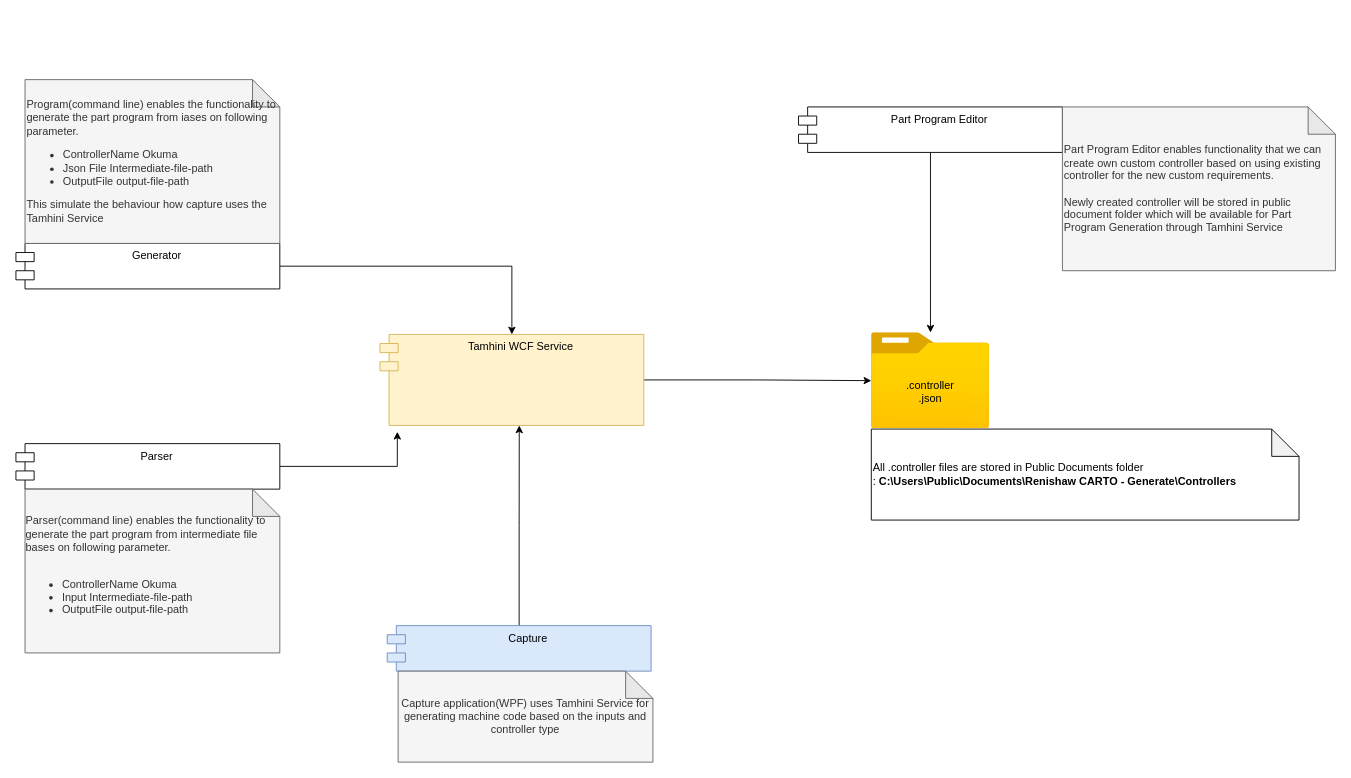
Before: Tamhmini High level Diagram.drawio in AmolSJawalkar/DrawIO, a draw.io diagram. Source tidied: cells renumbered, new cells numbered last; positions are measured from the earlier drawing's top-left corner, leaving out a move shared by most shapes. Both pictures are drawn from the tidied source at 91%, with x=0, y=0 at pixel (15, 79).
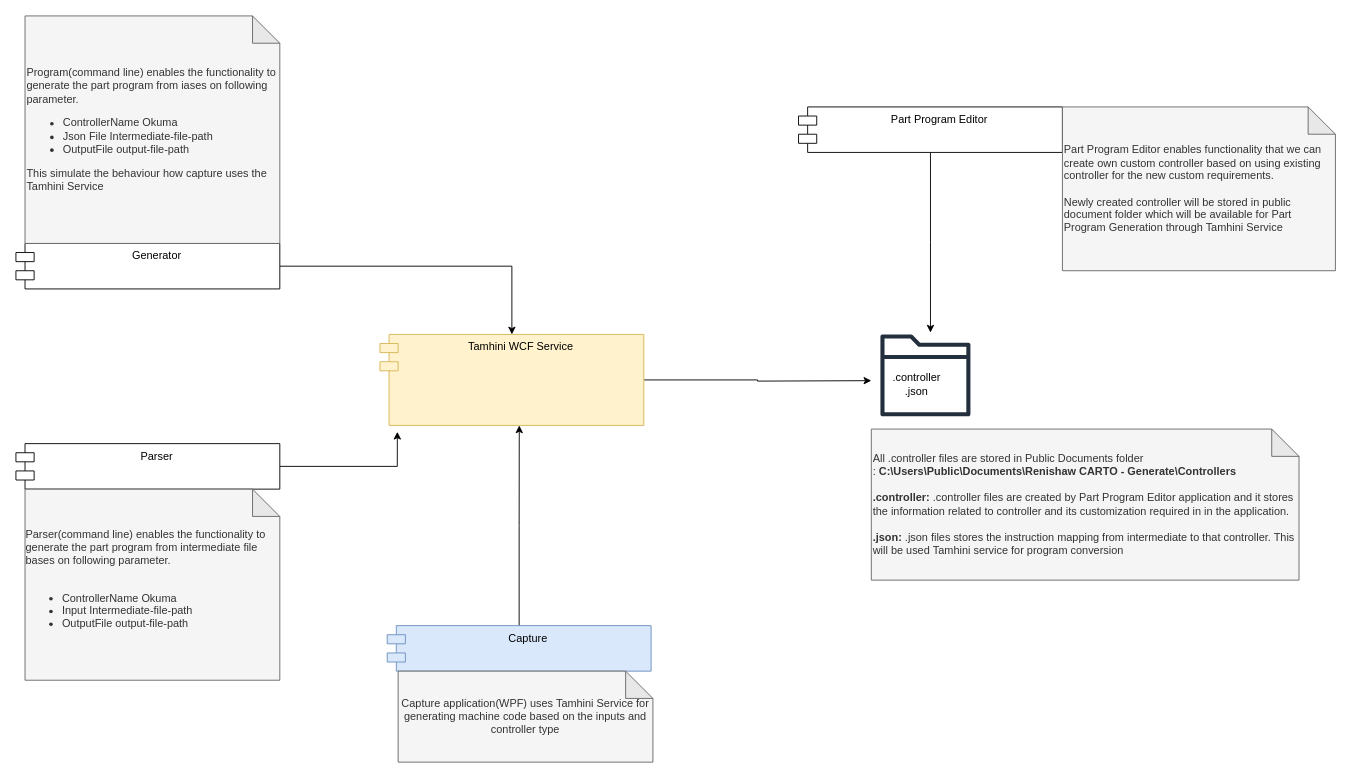
Above is the later version.

The change refers to these unchanged cells:
```xml
<mxCell id="3" value="Tamhini WCF Service" style="shape=module;align=left;spacingLeft=20;align=center;verticalAlign=top;whiteSpace=wrap;html=1;fillColor=#fff2cc;strokeColor=#d6b656;" parent="1" vertex="1">
  <mxGeometry x="400" y="280" width="290" height="100" as="geometry" />
</mxCell>
<mxCell id="11" value="Part Program Editor" style="shape=module;align=left;spacingLeft=20;align=center;verticalAlign=top;whiteSpace=wrap;html=1;" parent="1" vertex="1">
  <mxGeometry x="860" y="30" width="290" height="50" as="geometry" />
</mxCell>
```

The edit, as a diff of the source:
```diff
@@
-    <mxCell id="2" style="edgeStyle=orthogonalEdgeStyle;rounded=0;jettySize=auto;html=1;" parent="1" edge="1" source="3" target="13">
-      <mxGeometry relative="1" as="geometry" />
+    <mxCell id="2" style="edgeStyle=orthogonalEdgeStyle;rounded=0;jettySize=auto;html=1;" parent="1" edge="1" source="3">
+      <mxGeometry relative="1" as="geometry">
+        <mxPoint x="940" y="330.8" as="targetPoint" />
+      </mxGeometry>
     </mxCell>
@@
-    <mxCell id="10" style="edgeStyle=orthogonalEdgeStyle;rounded=0;jettySize=auto;html=1;" parent="1" edge="1" source="11" target="13">
-      <mxGeometry relative="1" as="geometry" />
+    <mxCell id="10" style="edgeStyle=orthogonalEdgeStyle;rounded=0;jettySize=auto;html=1;" parent="1" edge="1" source="11">
+      <mxGeometry relative="1" as="geometry">
+        <mxPoint x="1005" y="278" as="targetPoint" />
+      </mxGeometry>
     </mxCell>
@@
-    <mxCell id="12" style="group;" parent="1" vertex="1">
-      <mxGeometry x="940" y="278" width="130" height="105.5" as="geometry" />
-    </mxCell>
-    <mxCell id="13" style="image;html=1;points=[];align=center;fontSize=12;image=img/lib/azure2/general/Folder_Blank.svg;" parent="12" vertex="1">
-      <mxGeometry width="130" height="105.5" as="geometry" />
-    </mxCell>
-    <mxCell id="14" value=".controller&lt;br&gt;.json" style="text;html=1;strokeColor=none;fillColor=none;align=center;verticalAlign=middle;whiteSpace=wrap;rounded=0;" parent="12" vertex="1">
-      <mxGeometry x="35" y="50" width="60" height="30" as="geometry" />
-    </mxCell>
@@
     <mxCell id="16" value="&lt;div style=&quot;text-align: left;&quot;&gt;&lt;span style=&quot;background-color: initial;&quot;&gt;Parser(command line) enables the functionality to generate the part program from intermediate file bases on following parameter.&lt;br&gt;&lt;br&gt;&lt;ul&gt;&lt;li&gt;&lt;span style=&quot;background-color: initial;&quot;&gt;ControllerName Okuma&lt;/span&gt;&lt;/li&gt;&lt;li&gt;&lt;span style=&quot;background-color: initial;&quot;&gt;Input Intermediate-file-path&lt;/span&gt;&lt;/li&gt;&lt;li&gt;&lt;span style=&quot;background-color: initial;&quot;&gt;OutputFile output-file-path&lt;/span&gt;&lt;/li&gt;&lt;/ul&gt;&lt;/span&gt;&lt;/div&gt;" style="shape=note;whiteSpace=wrap;html=1;backgroundOutline=1;darkOpacity=0.05;fillColor=#f5f5f5;fontColor=#333333;strokeColor=#666666;" parent="1" vertex="1">
-      <mxGeometry x="10" y="450" width="280" height="180" as="geometry" />
+      <mxGeometry x="10" y="450" width="280" height="210" as="geometry" />
     </mxCell>
     <mxCell id="17" value="&lt;div style=&quot;&quot;&gt;&lt;span style=&quot;background-color: initial;&quot;&gt;Program(command line) enables the functionality to generate the part program from iases on following parameter.&lt;br&gt;&lt;ul&gt;&lt;li&gt;&lt;span style=&quot;background-color: initial;&quot;&gt;ControllerName Okuma&lt;/span&gt;&lt;/li&gt;&lt;li&gt;&lt;span style=&quot;background-color: initial;&quot;&gt;Json File Intermediate-file-path&lt;/span&gt;&lt;/li&gt;&lt;li&gt;&lt;span style=&quot;background-color: initial;&quot;&gt;OutputFile output-file-path&lt;/span&gt;&lt;/li&gt;&lt;/ul&gt;&lt;div&gt;This simulate the behaviour how capture uses the Tamhini Service&lt;/div&gt;&lt;/span&gt;&lt;/div&gt;" style="shape=note;whiteSpace=wrap;html=1;backgroundOutline=1;darkOpacity=0.05;align=left;fillColor=#f5f5f5;fontColor=#333333;strokeColor=#666666;" parent="1" vertex="1">
-      <mxGeometry x="10" width="280" height="180" as="geometry" />
+      <mxGeometry x="10" y="-70" width="280" height="250" as="geometry" />
     </mxCell>
-    <mxCell id="18" value="All .controller files are stored in Public Documents folder :&amp;nbsp;&lt;b&gt;C:\Users\Public\Documents\Renishaw CARTO - Generate\Controllers&lt;/b&gt;" style="shape=note;whiteSpace=wrap;html=1;backgroundOutline=1;darkOpacity=0.05;align=left;" parent="1" vertex="1">
-      <mxGeometry x="940" y="384" width="470" height="100" as="geometry" />
+    <mxCell id="18" value="All .controller files are stored in Public Documents folder :&amp;nbsp;&lt;b&gt;C:\Users\Public\Documents\Renishaw CARTO - Generate\Controllers&lt;br&gt;&lt;br&gt;.controller: &lt;/b&gt;.controller files are created by Part Program Editor application and it stores the information related to controller and its customization required in in the application.&lt;br&gt;&lt;br&gt;&lt;b&gt;.json: &lt;/b&gt;.json files stores the instruction mapping from intermediate to that controller. This will be used&lt;b&gt;&amp;nbsp;&lt;/b&gt;Tamhini service for program conversion" style="shape=note;whiteSpace=wrap;html=1;backgroundOutline=1;darkOpacity=0.05;align=left;fillColor=#f5f5f5;fontColor=#333333;strokeColor=#666666;" parent="1" vertex="1">
+      <mxGeometry x="940" y="384" width="470" height="166" as="geometry" />
     </mxCell>
@@
+    <mxCell id="20" style="group;" parent="1" vertex="1">
+      <mxGeometry x="950" y="280" width="98.9" height="90" as="geometry" />
+    </mxCell>
+    <mxCell id="21" style="sketch=0;fontColor=#232F3E;gradientColor=none;fillColor=#232F3D;strokeColor=none;dashed=0;verticalLabelPosition=bottom;verticalAlign=top;align=center;html=1;fontSize=12;fontStyle=0;shape=mxgraph.aws4.folder;" parent="20" vertex="1">
+      <mxGeometry width="98.9" height="90" as="geometry" />
+    </mxCell>
+    <mxCell id="14" value=".controller&lt;br&gt;.json" style="text;html=1;strokeColor=none;fillColor=none;align=center;verticalAlign=middle;whiteSpace=wrap;rounded=0;" parent="20" vertex="1">
+      <mxGeometry x="10" y="40" width="60" height="30" as="geometry" />
+    </mxCell>
```
